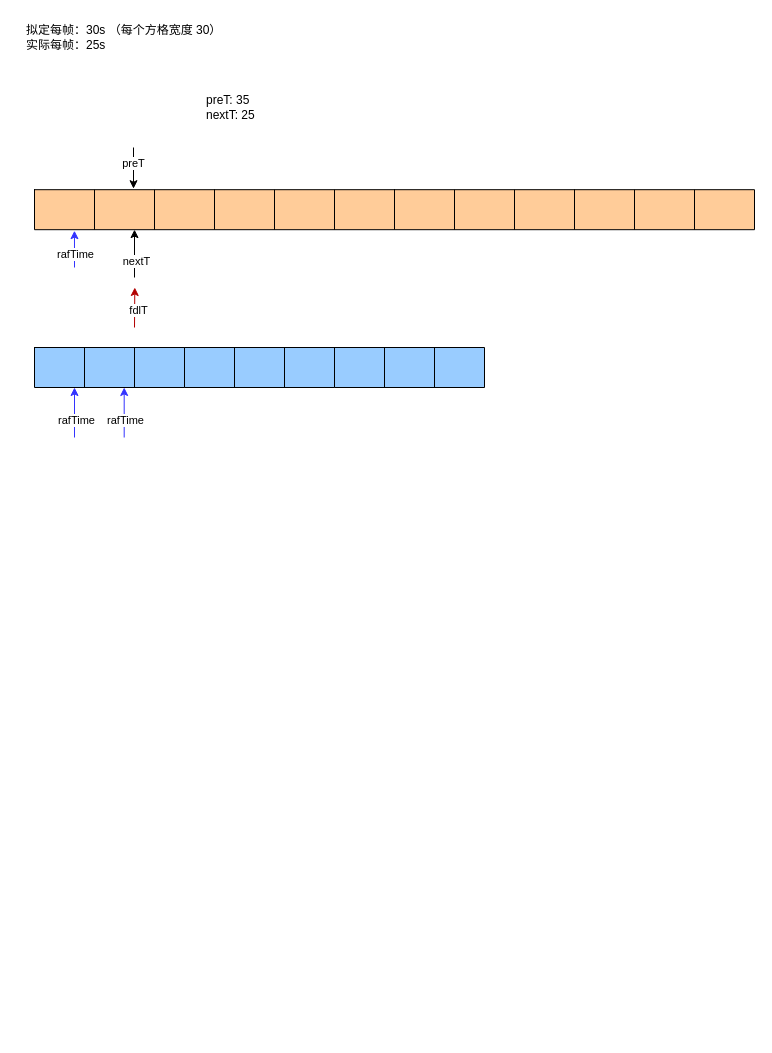
Earlier version of the draw.io diagram react/example01/flow.drawio (ZhiCYue/draw.io). Source tidied: cells renumbered, new cells numbered last; positions are measured from the earlier drawing's top-left corner, leaving out a move shared by most shapes. Both pictures are drawn from the tidied source at 100%, with x=0, y=0 at pixel (24, 17).
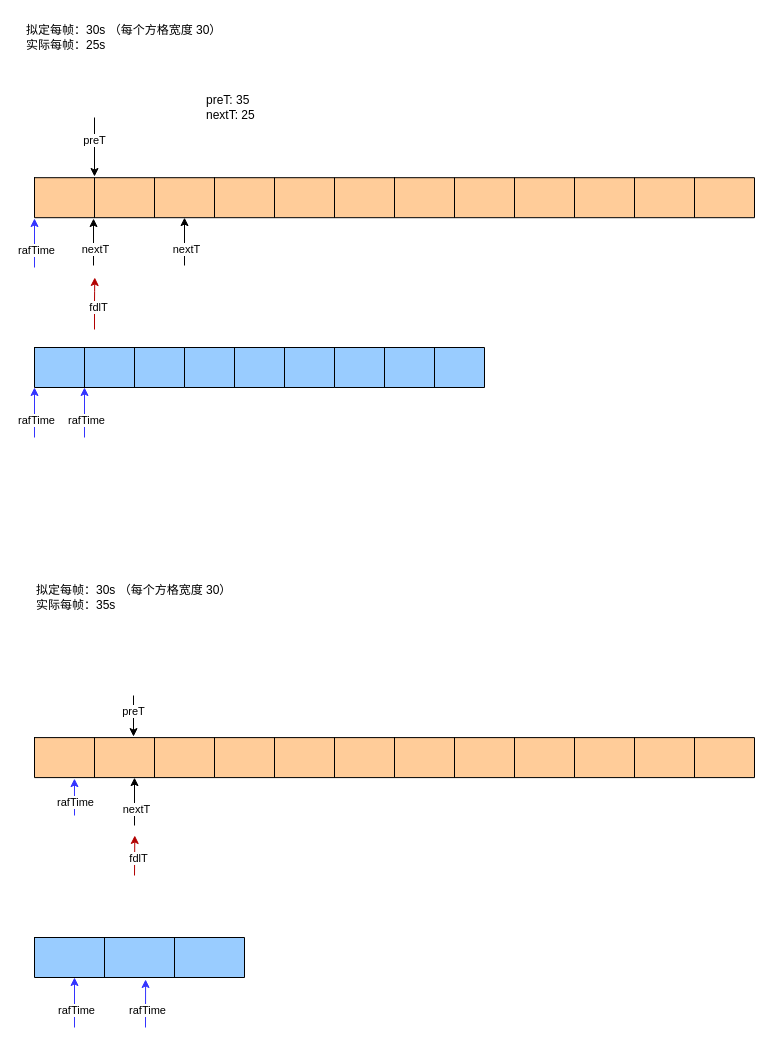
The same page after the edit.

Unchanged cells that the change refers to:
```xml
<mxCell id="23" style="shape=partialRectangle;html=1;whiteSpace=wrap;fillColor=none;top=0;left=0;bottom=0;right=0;points=[[0,0.5],[1,0.5]];portConstraint=eastwest;" parent="22" vertex="1">
  <mxGeometry width="180" height="40" as="geometry" />
</mxCell>
```

What changed in the source:
```diff
@@
     <mxCell id="12" style="shape=table;html=1;whiteSpace=wrap;startSize=0;childLayout=tableLayout;fillColor=#FFCC99;" parent="1" vertex="1">
-      <mxGeometry x="550" y="172.2" width="180" height="40" as="geometry" />
+      <mxGeometry x="550" y="160.2" width="180" height="40" as="geometry" />
     </mxCell>
@@
     <mxCell id="17" style="shape=table;html=1;whiteSpace=wrap;startSize=0;childLayout=tableLayout;fillColor=#FFCC99;" parent="1" vertex="1">
-      <mxGeometry x="190" y="172.2" width="180" height="40" as="geometry" />
+      <mxGeometry x="190" y="160.2" width="180" height="40" as="geometry" />
     </mxCell>
@@
     <mxCell id="22" style="shape=table;html=1;whiteSpace=wrap;startSize=0;childLayout=tableLayout;fillColor=#FFCC99;" parent="1" vertex="1">
-      <mxGeometry x="10" y="172.2" width="180" height="40" as="geometry" />
+      <mxGeometry x="10" y="160.2" width="180" height="40" as="geometry" />
     </mxCell>
@@
     <mxCell id="27" style="shape=table;html=1;whiteSpace=wrap;startSize=0;childLayout=tableLayout;fillColor=#FFCC99;" parent="1" vertex="1">
-      <mxGeometry x="370" y="172.2" width="180" height="40" as="geometry" />
+      <mxGeometry x="370" y="160.2" width="180" height="40" as="geometry" />
     </mxCell>
@@
-    <mxCell id="37" style="endArrow=classic;html=1;entryX=0.222;entryY=1.025;entryDx=0;entryDy=0;entryPerimeter=0;fillColor=#f8cecc;strokeColor=#3333FF;" parent="1" edge="1" target="23">
+    <mxCell id="37" style="endArrow=classic;html=1;fillColor=#f8cecc;strokeColor=#3333FF;" parent="1" edge="1">
       <mxGeometry relative="1" as="geometry">
-        <mxPoint x="50" y="250" as="sourcePoint" />
+        <mxPoint x="10" y="250" as="sourcePoint" />
+        <mxPoint x="10" y="201" as="targetPoint" />
       </mxGeometry>
     </mxCell>
@@
-    <mxCell id="40" style="endArrow=classic;html=1;entryX=0.222;entryY=1.025;entryDx=0;entryDy=0;entryPerimeter=0;" parent="1" edge="1">
+    <mxCell id="40" style="endArrow=classic;html=1;entryX=0.328;entryY=1.021;entryDx=0;entryDy=0;entryPerimeter=0;" parent="1" edge="1" target="23">
       <mxGeometry relative="1" as="geometry">
-        <mxPoint x="110" y="260" as="sourcePoint" />
-        <mxPoint x="110" y="212.1" as="targetPoint" />
+        <mxPoint x="69" y="248" as="sourcePoint" />
       </mxGeometry>
     </mxCell>
@@
-    <mxCell id="42" style="endArrow=classic;html=1;entryX=0.55;entryY=-0.025;entryDx=0;entryDy=0;entryPerimeter=0;" parent="1" edge="1" target="23">
+    <mxCell id="42" style="endArrow=classic;html=1;" parent="1" edge="1">
       <mxGeometry relative="1" as="geometry">
-        <mxPoint x="109" y="130" as="sourcePoint" />
+        <mxPoint x="70" y="100" as="sourcePoint" />
+        <mxPoint x="70" y="159" as="targetPoint" />
       </mxGeometry>
     </mxCell>
@@
     <mxCell id="44" style="endArrow=classic;html=1;entryX=0.222;entryY=1.025;entryDx=0;entryDy=0;entryPerimeter=0;fillColor=#f8cecc;strokeColor=#3333FF;" parent="1" edge="1">
       <mxGeometry relative="1" as="geometry">
-        <mxPoint x="50" y="420" as="sourcePoint" />
-        <mxPoint x="50" y="370" as="targetPoint" />
+        <mxPoint x="10" y="420" as="sourcePoint" />
+        <mxPoint x="10" y="370" as="targetPoint" />
       </mxGeometry>
     </mxCell>
@@
     <mxCell id="47" style="endArrow=classic;html=1;fillColor=#e51400;strokeColor=#B20000;" parent="1" edge="1">
       <mxGeometry relative="1" as="geometry">
-        <mxPoint x="110" y="310" as="sourcePoint" />
-        <mxPoint x="110.3" y="270" as="targetPoint" />
+        <mxPoint x="70" y="312" as="sourcePoint" />
+        <mxPoint x="70.3" y="260" as="targetPoint" />
+        <Array as="points">
+          <mxPoint x="70" y="282" />
+        </Array>
       </mxGeometry>
     </mxCell>
@@
     <mxCell id="49" style="endArrow=classic;html=1;entryX=0.222;entryY=1.025;entryDx=0;entryDy=0;entryPerimeter=0;fillColor=#f8cecc;strokeColor=#3333FF;" parent="1" edge="1">
       <mxGeometry relative="1" as="geometry">
-        <mxPoint x="99.7" y="420" as="sourcePoint" />
-        <mxPoint x="99.7" y="370" as="targetPoint" />
+        <mxPoint x="60" y="420" as="sourcePoint" />
+        <mxPoint x="60" y="370" as="targetPoint" />
       </mxGeometry>
     </mxCell>
@@
+    <mxCell id="51" style="shape=table;html=1;whiteSpace=wrap;startSize=0;childLayout=tableLayout;fillColor=#FFCC99;" parent="1" vertex="1">
+      <mxGeometry x="550" y="720.1" width="180" height="40" as="geometry" />
+    </mxCell>
+    <mxCell id="52" style="shape=partialRectangle;html=1;whiteSpace=wrap;fillColor=none;top=0;left=0;bottom=0;right=0;" parent="51" vertex="1">
+      <mxGeometry width="180" height="40" as="geometry" />
+    </mxCell>
+    <mxCell id="53" style="shape=partialRectangle;html=1;whiteSpace=wrap;fillColor=none;top=0;left=0;bottom=0;right=0;overflow=hidden;" parent="52" vertex="1">
+      <mxGeometry width="60" height="40" as="geometry" />
+    </mxCell>
+    <mxCell id="54" style="shape=partialRectangle;html=1;whiteSpace=wrap;fillColor=none;top=0;left=0;bottom=0;right=0;overflow=hidden;" parent="52" vertex="1">
+      <mxGeometry x="60" width="60" height="40" as="geometry" />
+    </mxCell>
+    <mxCell id="55" style="shape=partialRectangle;html=1;whiteSpace=wrap;fillColor=none;top=0;left=0;bottom=0;right=0;overflow=hidden;" parent="52" vertex="1">
+      <mxGeometry x="120" width="60" height="40" as="geometry" />
+    </mxCell>
+    <mxCell id="56" style="shape=table;html=1;whiteSpace=wrap;startSize=0;childLayout=tableLayout;fillColor=#FFCC99;" parent="1" vertex="1">
+      <mxGeometry x="190" y="720.1" width="180" height="40" as="geometry" />
+    </mxCell>
+    <mxCell id="57" style="shape=partialRectangle;html=1;whiteSpace=wrap;fillColor=none;top=0;left=0;bottom=0;right=0;" parent="56" vertex="1">
+      <mxGeometry width="180" height="40" as="geometry" />
+    </mxCell>
+    <mxCell id="58" style="shape=partialRectangle;html=1;whiteSpace=wrap;fillColor=none;top=0;left=0;bottom=0;right=0;overflow=hidden;" parent="57" vertex="1">
+      <mxGeometry width="60" height="40" as="geometry" />
+    </mxCell>
+    <mxCell id="59" style="shape=partialRectangle;html=1;whiteSpace=wrap;fillColor=none;top=0;left=0;bottom=0;right=0;overflow=hidden;" parent="57" vertex="1">
+      <mxGeometry x="60" width="60" height="40" as="geometry" />
+    </mxCell>
+    <mxCell id="60" style="shape=partialRectangle;html=1;whiteSpace=wrap;fillColor=none;top=0;left=0;bottom=0;right=0;overflow=hidden;" parent="57" vertex="1">
+      <mxGeometry x="120" width="60" height="40" as="geometry" />
+    </mxCell>
+    <mxCell id="61" style="shape=table;html=1;whiteSpace=wrap;startSize=0;childLayout=tableLayout;fillColor=#FFCC99;" parent="1" vertex="1">
+      <mxGeometry x="10" y="720.1" width="180" height="40" as="geometry" />
+    </mxCell>
+    <mxCell id="62" style="shape=partialRectangle;html=1;whiteSpace=wrap;fillColor=none;top=0;left=0;bottom=0;right=0;points=[[0,0.5],[1,0.5]];portConstraint=eastwest;" parent="61" vertex="1">
+      <mxGeometry width="180" height="40" as="geometry" />
+    </mxCell>
+    <mxCell id="63" style="shape=partialRectangle;html=1;whiteSpace=wrap;fillColor=none;top=0;left=0;bottom=0;right=0;overflow=hidden;" parent="62" vertex="1">
+      <mxGeometry width="60" height="40" as="geometry" />
+    </mxCell>
+    <mxCell id="64" style="shape=partialRectangle;html=1;whiteSpace=wrap;fillColor=none;top=0;left=0;bottom=0;right=0;overflow=hidden;" parent="62" vertex="1">
+      <mxGeometry x="60" width="60" height="40" as="geometry" />
+    </mxCell>
+    <mxCell id="65" style="shape=partialRectangle;html=1;whiteSpace=wrap;fillColor=none;top=0;left=0;bottom=0;right=0;overflow=hidden;" parent="62" vertex="1">
+      <mxGeometry x="120" width="60" height="40" as="geometry" />
+    </mxCell>
+    <mxCell id="66" style="shape=table;html=1;whiteSpace=wrap;startSize=0;childLayout=tableLayout;fillColor=#FFCC99;" parent="1" vertex="1">
+      <mxGeometry x="370" y="720.1" width="180" height="40" as="geometry" />
+    </mxCell>
+    <mxCell id="67" style="shape=partialRectangle;html=1;whiteSpace=wrap;fillColor=none;top=0;left=0;bottom=0;right=0;" parent="66" vertex="1">
+      <mxGeometry width="180" height="40" as="geometry" />
+    </mxCell>
+    <mxCell id="68" style="shape=partialRectangle;html=1;whiteSpace=wrap;fillColor=none;top=0;left=0;bottom=0;right=0;overflow=hidden;" parent="67" vertex="1">
+      <mxGeometry width="60" height="40" as="geometry" />
+    </mxCell>
+    <mxCell id="69" style="shape=partialRectangle;html=1;whiteSpace=wrap;fillColor=none;top=0;left=0;bottom=0;right=0;overflow=hidden;" parent="67" vertex="1">
+      <mxGeometry x="60" width="60" height="40" as="geometry" />
+    </mxCell>
+    <mxCell id="70" style="shape=partialRectangle;html=1;whiteSpace=wrap;fillColor=none;top=0;left=0;bottom=0;right=0;overflow=hidden;" parent="67" vertex="1">
+      <mxGeometry x="120" width="60" height="40" as="geometry" />
+    </mxCell>
+    <mxCell id="71" style="endArrow=classic;html=1;entryX=0.222;entryY=1.025;entryDx=0;entryDy=0;entryPerimeter=0;fillColor=#f8cecc;strokeColor=#3333FF;" parent="1" edge="1" target="62">
+      <mxGeometry relative="1" as="geometry">
+        <mxPoint x="50" y="798" as="sourcePoint" />
+      </mxGeometry>
+    </mxCell>
+    <mxCell id="72" value="rafTime" style="edgeLabel;html=1;align=center;verticalAlign=middle;" parent="71" vertex="1">
+      <mxGeometry x="-0.27" y="-1" relative="1" as="geometry" />
+    </mxCell>
+    <mxCell id="73" style="endArrow=classic;html=1;entryX=0.222;entryY=1.025;entryDx=0;entryDy=0;entryPerimeter=0;" parent="1" edge="1">
+      <mxGeometry relative="1" as="geometry">
+        <mxPoint x="110" y="808" as="sourcePoint" />
+        <mxPoint x="110" y="760.1" as="targetPoint" />
+      </mxGeometry>
+    </mxCell>
+    <mxCell id="74" value="nextT" style="edgeLabel;html=1;align=center;verticalAlign=middle;" parent="73" vertex="1">
+      <mxGeometry x="-0.27" y="-1" relative="1" as="geometry" />
+    </mxCell>
+    <mxCell id="75" style="endArrow=classic;html=1;entryX=0.55;entryY=-0.025;entryDx=0;entryDy=0;entryPerimeter=0;" parent="1" edge="1" target="62">
+      <mxGeometry relative="1" as="geometry">
+        <mxPoint x="109" y="678" as="sourcePoint" />
+      </mxGeometry>
+    </mxCell>
+    <mxCell id="76" value="preT" style="edgeLabel;html=1;align=center;verticalAlign=middle;" parent="75" vertex="1">
+      <mxGeometry x="-0.27" y="-1" relative="1" as="geometry" />
+    </mxCell>
+    <mxCell id="77" style="endArrow=classic;html=1;fillColor=#e51400;strokeColor=#B20000;" parent="1" edge="1">
+      <mxGeometry relative="1" as="geometry">
+        <mxPoint x="110" y="858" as="sourcePoint" />
+        <mxPoint x="110.3" y="818" as="targetPoint" />
+      </mxGeometry>
+    </mxCell>
+    <mxCell id="78" value="fdlT" style="edgeLabel;html=1;align=center;verticalAlign=middle;" parent="77" vertex="1">
+      <mxGeometry x="-0.1" y="-3" relative="1" as="geometry" />
+    </mxCell>
+    <mxCell id="79" style="shape=table;html=1;whiteSpace=wrap;startSize=0;childLayout=tableLayout;fillColor=#99CCFF;" parent="1" vertex="1">
+      <mxGeometry x="10" y="920" width="210" height="40" as="geometry" />
+    </mxCell>
+    <mxCell id="80" style="shape=partialRectangle;html=1;whiteSpace=wrap;fillColor=none;top=0;left=0;bottom=0;right=0;points=[[0,0.5],[1,0.5]];portConstraint=eastwest;" parent="79" vertex="1">
+      <mxGeometry width="210" height="40" as="geometry" />
+    </mxCell>
+    <mxCell id="81" style="shape=partialRectangle;html=1;whiteSpace=wrap;fillColor=none;top=0;left=0;bottom=0;right=0;overflow=hidden;" parent="80" vertex="1">
+      <mxGeometry width="70" height="40" as="geometry" />
+    </mxCell>
+    <mxCell id="82" style="shape=partialRectangle;html=1;whiteSpace=wrap;fillColor=none;top=0;left=0;bottom=0;right=0;overflow=hidden;" parent="80" vertex="1">
+      <mxGeometry x="70" width="70" height="40" as="geometry" />
+    </mxCell>
+    <mxCell id="83" style="shape=partialRectangle;html=1;whiteSpace=wrap;fillColor=none;top=0;left=0;bottom=0;right=0;overflow=hidden;" parent="80" vertex="1">
+      <mxGeometry x="140" width="70" height="40" as="geometry" />
+    </mxCell>
+    <mxCell id="84" style="endArrow=classic;html=1;entryX=0.222;entryY=1.025;entryDx=0;entryDy=0;entryPerimeter=0;fillColor=#f8cecc;strokeColor=#3333FF;" parent="1" edge="1">
+      <mxGeometry relative="1" as="geometry">
+        <mxPoint x="50" y="1010" as="sourcePoint" />
+        <mxPoint x="50" y="960" as="targetPoint" />
+      </mxGeometry>
+    </mxCell>
+    <mxCell id="85" value="rafTime" style="edgeLabel;html=1;align=center;verticalAlign=middle;" parent="84" vertex="1">
+      <mxGeometry x="-0.27" y="-1" relative="1" as="geometry" />
+    </mxCell>
+    <mxCell id="86" style="endArrow=classic;html=1;entryX=0.529;entryY=1.05;entryDx=0;entryDy=0;entryPerimeter=0;fillColor=#f8cecc;strokeColor=#3333FF;" parent="1" edge="1" target="80">
+      <mxGeometry relative="1" as="geometry">
+        <mxPoint x="121" y="1010" as="sourcePoint" />
+      </mxGeometry>
+    </mxCell>
+    <mxCell id="87" value="rafTime" style="edgeLabel;html=1;align=center;verticalAlign=middle;" parent="86" vertex="1">
+      <mxGeometry x="-0.27" y="-1" relative="1" as="geometry" />
+    </mxCell>
+    <mxCell id="88" value="拟定每帧：30s （每个方格宽度 30）&lt;br&gt;实际每帧：35s" style="text;html=1;strokeColor=none;fillColor=none;align=left;verticalAlign=middle;whiteSpace=wrap;rounded=0;" parent="1" vertex="1">
+      <mxGeometry x="10" y="560" width="310" height="40" as="geometry" />
+    </mxCell>
+    <mxCell id="89" style="endArrow=classic;html=1;entryX=0.222;entryY=1.025;entryDx=0;entryDy=0;entryPerimeter=0;" parent="1" edge="1">
+      <mxGeometry relative="1" as="geometry">
+        <mxPoint x="160" y="248" as="sourcePoint" />
+        <mxPoint x="160" y="200.1" as="targetPoint" />
+      </mxGeometry>
+    </mxCell>
+    <mxCell id="90" value="nextT" style="edgeLabel;html=1;align=center;verticalAlign=middle;" parent="89" vertex="1">
+      <mxGeometry x="-0.27" y="-1" relative="1" as="geometry" />
+    </mxCell>
```
